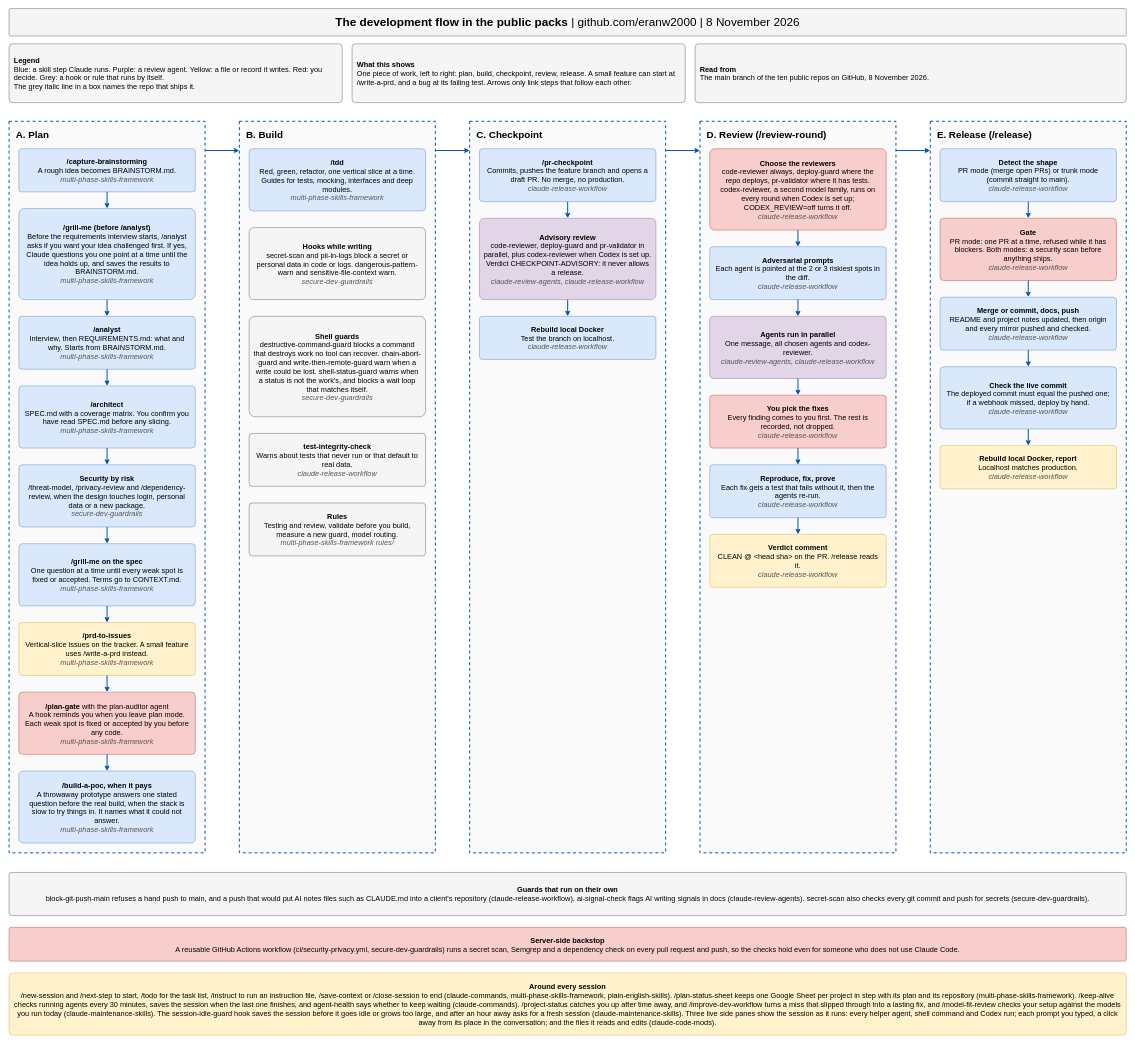
Above: docs/development-flow.drawio in eranw2000/eranw2000 (draw.io), before the change. Source tidied: cells renumbered, new cells numbered last; positions are measured from the earlier drawing's top-left corner, leaving out a move shared by most shapes. Both pictures are drawn from the tidied source at 49%, with x=0, y=0 at pixel (9, 8).
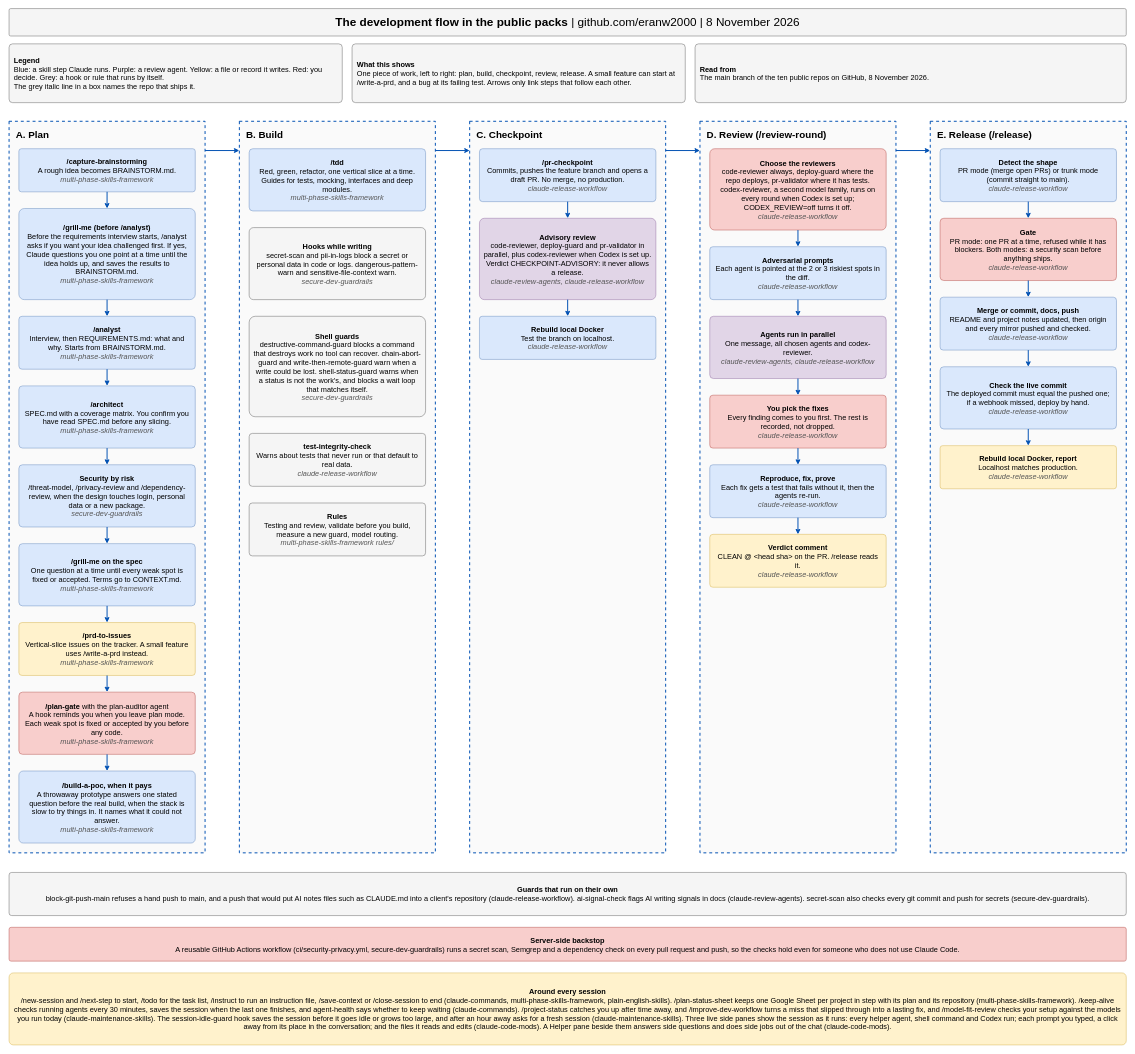
After the change.

Commit message (it also covers changes not shown here):
Profile: the flow diagram and the mods line name the Helper pane

What changed in the source:
```diff
@@
-    <mxCell id="64" value="&lt;b&gt;Around every session&lt;/b&gt;&lt;br&gt;/new-session and /next-step to start, /todo for the task list, /instruct to run an instruction file, /save-context or /close-session to end (claude-commands, multi-phase-skills-framework, plain-english-skills). /plan-status-sheet keeps one Google Sheet per project in step with its plan and its repository (multi-phase-skills-framework). /keep-alive checks running agents every 30 minutes, saves the session when the last one finishes, and agent-health says whether to keep waiting (claude-commands). /project-status catches you up after time away, and /improve-dev-workflow turns a miss that slipped through into a lasting fix, and /model-fit-review checks your setup against the models you run today (claude-maintenance-skills). The session-idle-guard hook saves the session before it goes idle or grows too large, and after an hour away asks for a fresh session (claude-maintenance-skills). Three live side panes show the session as it runs: every helper agent, shell command and Codex run; each prompt you typed, a click away from its place in the conversation; and the files it reads and edits (claude-code-mods)." style="rounded=1;arcSize=6;whiteSpace=wrap;html=1;fillColor=#fff2cc;strokeColor=#d6b656;fontSize=15;fontFamily=Helvetica;spacing=10;align=center;verticalAlign=middle;" parent="1" vertex="1">
-      <mxGeometry y="1968" width="2280" height="127" as="geometry" />
+    <mxCell id="64" value="&lt;b&gt;Around every session&lt;/b&gt;&lt;br&gt;/new-session and /next-step to start, /todo for the task list, /instruct to run an instruction file, /save-context or /close-session to end (claude-commands, multi-phase-skills-framework, plain-english-skills). /plan-status-sheet keeps one Google Sheet per project in step with its plan and its repository (multi-phase-skills-framework). /keep-alive checks running agents every 30 minutes, saves the session when the last one finishes, and agent-health says whether to keep waiting (claude-commands). /project-status catches you up after time away, and /improve-dev-workflow turns a miss that slipped through into a lasting fix, and /model-fit-review checks your setup against the models you run today (claude-maintenance-skills). The session-idle-guard hook saves the session before it goes idle or grows too large, and after an hour away asks for a fresh session (claude-maintenance-skills). Three live side panes show the session as it runs: every helper agent, shell command and Codex run; each prompt you typed, a click away from its place in the conversation; and the files it reads and edits (claude-code-mods). A Helper pane beside them answers side questions and does side jobs out of the chat (claude-code-mods)." style="rounded=1;arcSize=6;whiteSpace=wrap;html=1;fillColor=#fff2cc;strokeColor=#d6b656;fontSize=15;fontFamily=Helvetica;spacing=10;align=center;verticalAlign=middle;" parent="1" vertex="1">
+      <mxGeometry y="1968" width="2280" height="147" as="geometry" />
     </mxCell>
```
